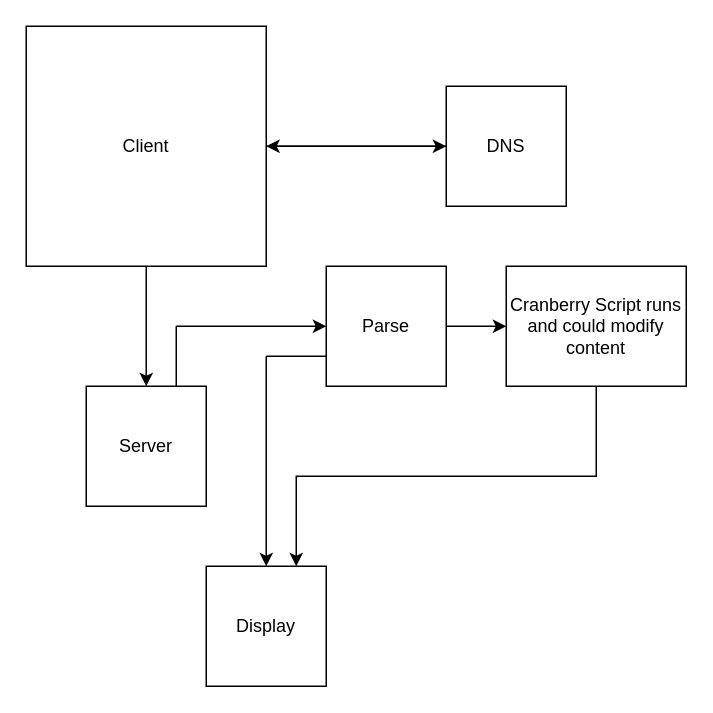
The draw.io diagram nectar.drawio in nectarprt/nectar_flowchart, before the edit. Source tidied: cells renumbered, new cells numbered last; positions are measured from the earlier drawing's top-left corner, leaving out a move shared by most shapes. Both pictures are drawn from the tidied source at 150%, with x=0, y=0 at pixel (26, 26).
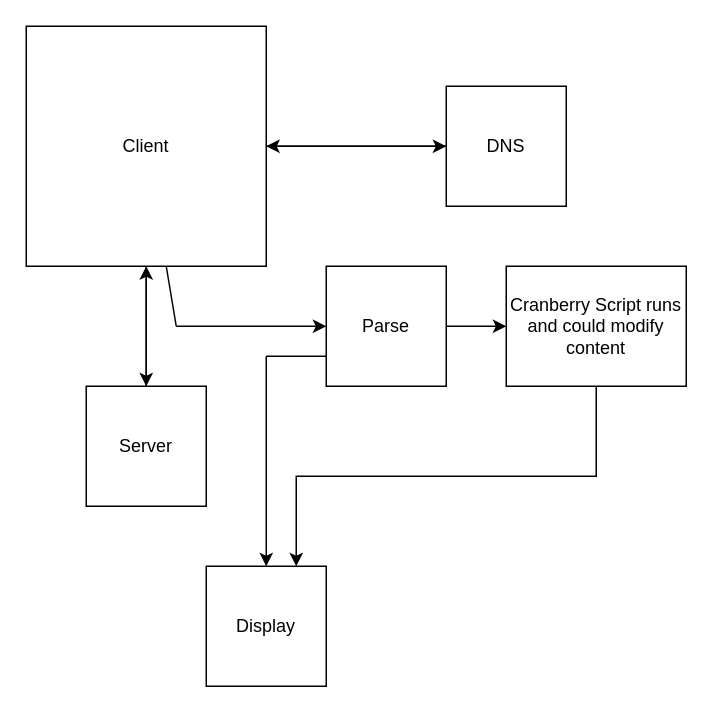
The same page after the edit.

The change refers to these unchanged cells:
```xml
<mxCell id="4" value="&lt;div&gt;Client&lt;/div&gt;" style="whiteSpace=wrap;html=1;" parent="1" vertex="1">
  <mxGeometry width="160" height="160" as="geometry" />
</mxCell>
<mxCell id="7" value="Server" style="whiteSpace=wrap;html=1;align=center;" parent="1" vertex="1">
  <mxGeometry x="40" y="240" width="80" height="80" as="geometry" />
</mxCell>
```

Diff of the diagram source:
```diff
@@
+    <mxCell id="17" style="edgeStyle=orthogonalEdgeStyle;rounded=0;jettySize=auto;html=1;exitX=0.5;exitY=0;exitDx=0;exitDy=0;entryX=0.5;entryY=1;entryDx=0;entryDy=0;" parent="1" edge="1" source="7" target="4">
+      <mxGeometry relative="1" as="geometry" />
+    </mxCell>
@@
-    <mxCell id="15" style="endArrow=none;html=1;rounded=0;exitX=0.75;exitY=0;exitDx=0;exitDy=0;" parent="1" edge="1" source="7">
+    <mxCell id="15" style="endArrow=none;html=1;rounded=0;" parent="1" edge="1" source="4">
       <mxGeometry relative="1" as="geometry">
         <mxPoint x="100" y="200" as="targetPoint" />
       </mxGeometry>
     </mxCell>
```
